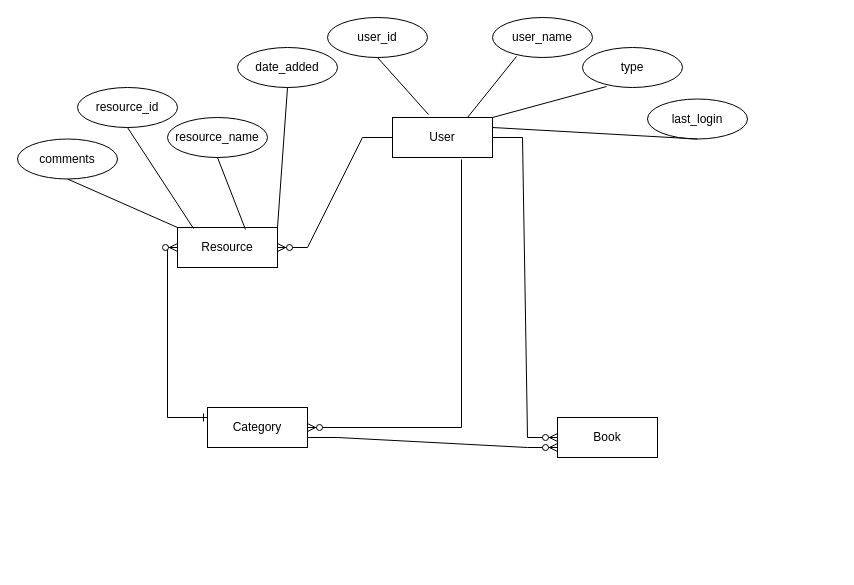
Above: ERD_LinkShare.drawio in VinCoD/ERDs (draw.io), before the change. Source tidied: cells renumbered, new cells numbered last; positions are measured from the earlier drawing's top-left corner, leaving out a move shared by most shapes. Both pictures are drawn from the tidied source at 100%, with x=0, y=0 at pixel (17, 17).
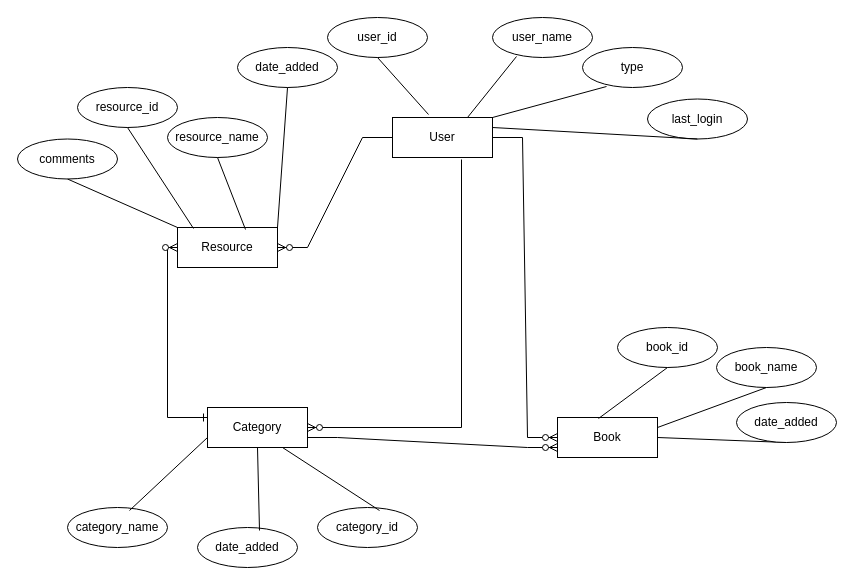
The same diagram, later.

Commit message:
continuing with book

The change refers to these unchanged cells:
```xml
<mxCell id="4" value="Book" style="whiteSpace=wrap;html=1;align=center;" parent="1" vertex="1">
  <mxGeometry x="540" y="400" width="100" height="40" as="geometry" />
</mxCell>
<mxCell id="5" value="Category" style="whiteSpace=wrap;html=1;align=center;" parent="1" vertex="1">
  <mxGeometry x="190" y="390" width="100" height="40" as="geometry" />
</mxCell>
```

Change to the diagram source:
```diff
@@
+    <mxCell id="27" value="category_name" style="ellipse;whiteSpace=wrap;html=1;align=center;" parent="1" vertex="1">
+      <mxGeometry x="50" y="490" width="100" height="40" as="geometry" />
+    </mxCell>
+    <mxCell id="28" style="endArrow=none;html=1;rounded=0;entryX=0;entryY=0.75;entryDx=0;entryDy=0;exitX=0.62;exitY=0.075;exitDx=0;exitDy=0;exitPerimeter=0;" parent="1" edge="1" source="27" target="5">
+      <mxGeometry relative="1" as="geometry" />
+    </mxCell>
+    <mxCell id="29" value="date_added" style="ellipse;whiteSpace=wrap;html=1;align=center;" parent="1" vertex="1">
+      <mxGeometry x="180" y="510" width="100" height="40" as="geometry" />
+    </mxCell>
+    <mxCell id="30" style="endArrow=none;html=1;rounded=0;entryX=0.5;entryY=1;entryDx=0;entryDy=0;exitX=0.62;exitY=0.075;exitDx=0;exitDy=0;exitPerimeter=0;" parent="1" edge="1" source="29" target="5">
+      <mxGeometry relative="1" as="geometry" />
+    </mxCell>
+    <mxCell id="31" value="book_id" style="ellipse;whiteSpace=wrap;html=1;align=center;" parent="1" vertex="1">
+      <mxGeometry x="600" y="310" width="100" height="40" as="geometry" />
+    </mxCell>
+    <mxCell id="32" style="endArrow=none;html=1;rounded=0;entryX=0.41;entryY=0.025;entryDx=0;entryDy=0;exitX=0.5;exitY=1;exitDx=0;exitDy=0;entryPerimeter=0;" parent="1" edge="1" source="31" target="4">
+      <mxGeometry relative="1" as="geometry" />
+    </mxCell>
+    <mxCell id="33" value="category_id" style="ellipse;whiteSpace=wrap;html=1;align=center;" parent="1" vertex="1">
+      <mxGeometry x="300" y="490" width="100" height="40" as="geometry" />
+    </mxCell>
+    <mxCell id="34" style="endArrow=none;html=1;rounded=0;entryX=0.75;entryY=1;entryDx=0;entryDy=0;exitX=0.62;exitY=0.075;exitDx=0;exitDy=0;exitPerimeter=0;" parent="1" edge="1" source="33" target="5">
+      <mxGeometry relative="1" as="geometry" />
+    </mxCell>
+    <mxCell id="35" value="book_name" style="ellipse;whiteSpace=wrap;html=1;align=center;" parent="1" vertex="1">
+      <mxGeometry x="699" y="330" width="100" height="40" as="geometry" />
+    </mxCell>
+    <mxCell id="36" style="endArrow=none;html=1;rounded=0;entryX=1;entryY=0.25;entryDx=0;entryDy=0;exitX=0.5;exitY=1;exitDx=0;exitDy=0;" parent="1" edge="1" source="35" target="4">
+      <mxGeometry relative="1" as="geometry" />
+    </mxCell>
+    <mxCell id="37" style="endArrow=none;html=1;rounded=0;entryX=1;entryY=0.5;entryDx=0;entryDy=0;exitX=0.5;exitY=1;exitDx=0;exitDy=0;" parent="1" edge="1" source="38" target="4">
+      <mxGeometry relative="1" as="geometry" />
+    </mxCell>
+    <mxCell id="38" value="date_added" style="ellipse;whiteSpace=wrap;html=1;align=center;" parent="1" vertex="1">
+      <mxGeometry x="719" y="385" width="100" height="40" as="geometry" />
+    </mxCell>
```
